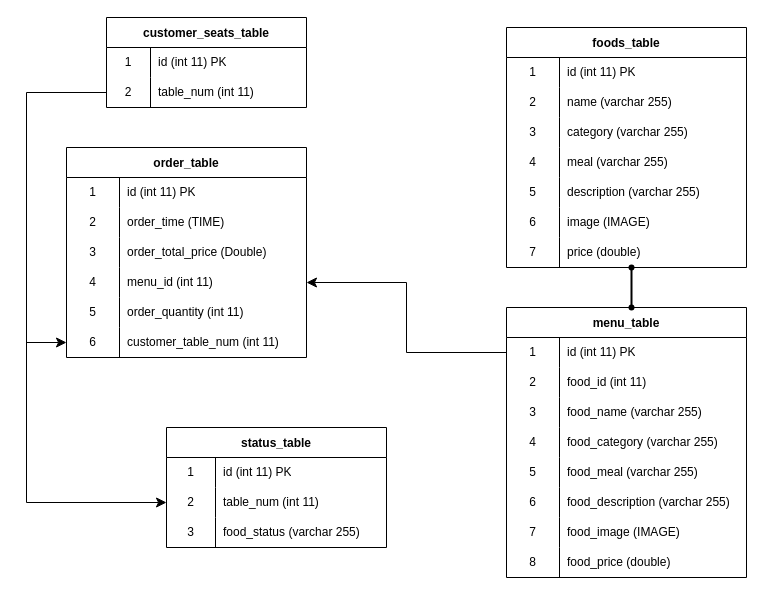
alexxGmZ/MenuMaApp keeps this draw.io diagram as DOCS/Diagrams/ERD Diagram.drawio. Above is the earlier version. Source tidied: cells renumbered, new cells numbered last; positions are measured from the earlier drawing's top-left corner, leaving out a move shared by most shapes. Both pictures are drawn from the tidied source at 100%, with x=0, y=0 at pixel (26, 17).
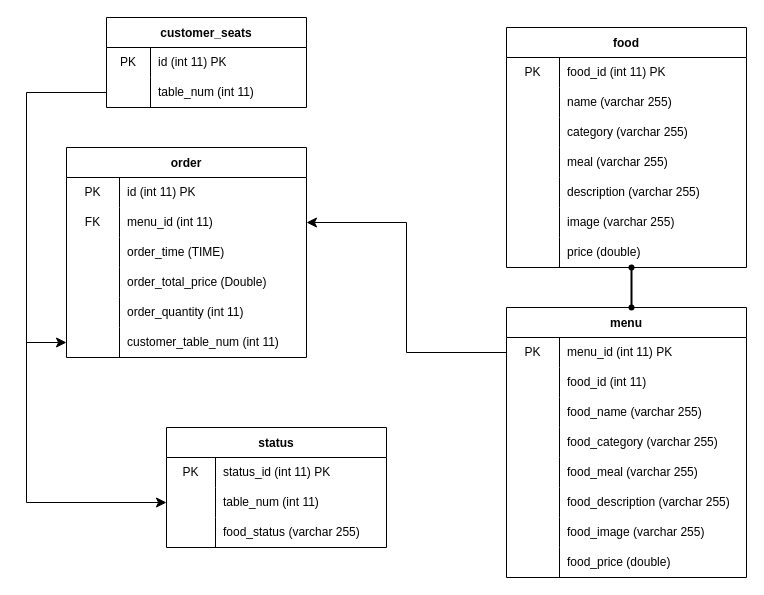
The same page after the edit.

Commit message:
erd: remove column number, rename table names

Unchanged cells that the change refers to:
```xml
<mxCell id="3" style="shape=tableRow;horizontal=0;startSize=0;swimlaneHead=0;swimlaneBody=0;top=0;left=0;bottom=0;right=0;fillColor=none;" parent="2" vertex="1">
  <mxGeometry y="30" width="240" height="30" as="geometry" />
</mxCell>
<mxCell id="15" style="shape=tableRow;horizontal=0;startSize=0;swimlaneHead=0;swimlaneBody=0;top=0;left=0;bottom=0;right=0;fillColor=none;" parent="2" vertex="1">
  <mxGeometry y="150" width="240" height="30" as="geometry" />
</mxCell>
<mxCell id="18" style="shape=tableRow;horizontal=0;startSize=0;swimlaneHead=0;swimlaneBody=0;top=0;left=0;bottom=0;right=0;fillColor=none;points=[[0,0.5],[1,0.5]];portConstraint=eastwest;" parent="2" vertex="1">
  <mxGeometry y="180" width="240" height="30" as="geometry" />
</mxCell>
<mxCell id="22" style="shape=tableRow;horizontal=0;startSize=0;swimlaneHead=0;swimlaneBody=0;top=0;left=0;bottom=0;right=0;fillColor=none;" parent="21" vertex="1">
  <mxGeometry y="30" width="240" height="30" as="geometry" />
</mxCell>
<mxCell id="25" style="shape=tableRow;horizontal=0;startSize=0;swimlaneHead=0;swimlaneBody=0;top=0;left=0;bottom=0;right=0;fillColor=none;" parent="21" vertex="1">
  <mxGeometry y="60" width="240" height="30" as="geometry" />
</mxCell>
<mxCell id="28" style="shape=tableRow;horizontal=0;startSize=0;swimlaneHead=0;swimlaneBody=0;top=0;left=0;bottom=0;right=0;fillColor=none;" parent="21" vertex="1">
  <mxGeometry y="90" width="240" height="30" as="geometry" />
</mxCell>
<mxCell id="31" style="shape=tableRow;horizontal=0;startSize=0;swimlaneHead=0;swimlaneBody=0;top=0;left=0;bottom=0;right=0;fillColor=none;" parent="21" vertex="1">
  <mxGeometry y="120" width="240" height="30" as="geometry" />
</mxCell>
<mxCell id="34" style="shape=tableRow;horizontal=0;startSize=0;swimlaneHead=0;swimlaneBody=0;top=0;left=0;bottom=0;right=0;fillColor=none;" parent="21" vertex="1">
  <mxGeometry y="150" width="240" height="30" as="geometry" />
</mxCell>
<mxCell id="37" style="shape=tableRow;horizontal=0;startSize=0;swimlaneHead=0;swimlaneBody=0;top=0;left=0;bottom=0;right=0;fillColor=none;" parent="21" vertex="1">
  <mxGeometry y="180" width="240" height="30" as="geometry" />
</mxCell>
<mxCell id="40" style="shape=tableRow;horizontal=0;startSize=0;swimlaneHead=0;swimlaneBody=0;top=0;left=0;bottom=0;right=0;fillColor=none;" parent="21" vertex="1">
  <mxGeometry y="210" width="240" height="30" as="geometry" />
</mxCell>
<mxCell id="44" style="shape=tableRow;horizontal=0;startSize=0;swimlaneHead=0;swimlaneBody=0;top=0;left=0;bottom=0;right=0;fillColor=none;points=[[0,0.5],[1,0.5]];portConstraint=eastwest;" parent="43" vertex="1">
  <mxGeometry y="30" width="240" height="30" as="geometry" />
</mxCell>
<mxCell id="47" style="shape=tableRow;horizontal=0;startSize=0;swimlaneHead=0;swimlaneBody=0;top=0;left=0;bottom=0;right=0;fillColor=none;" parent="43" vertex="1">
  <mxGeometry y="60" width="240" height="30" as="geometry" />
</mxCell>
<mxCell id="50" style="shape=tableRow;horizontal=0;startSize=0;swimlaneHead=0;swimlaneBody=0;top=0;left=0;bottom=0;right=0;fillColor=none;" parent="43" vertex="1">
  <mxGeometry y="90" width="240" height="30" as="geometry" />
</mxCell>
<mxCell id="53" style="shape=tableRow;horizontal=0;startSize=0;swimlaneHead=0;swimlaneBody=0;top=0;left=0;bottom=0;right=0;fillColor=none;" parent="43" vertex="1">
  <mxGeometry y="120" width="240" height="30" as="geometry" />
</mxCell>
<mxCell id="56" style="shape=tableRow;horizontal=0;startSize=0;swimlaneHead=0;swimlaneBody=0;top=0;left=0;bottom=0;right=0;fillColor=none;" parent="43" vertex="1">
  <mxGeometry y="150" width="240" height="30" as="geometry" />
</mxCell>
<mxCell id="59" style="shape=tableRow;horizontal=0;startSize=0;swimlaneHead=0;swimlaneBody=0;top=0;left=0;bottom=0;right=0;fillColor=none;" parent="43" vertex="1">
  <mxGeometry y="180" width="240" height="30" as="geometry" />
</mxCell>
<mxCell id="62" style="shape=tableRow;horizontal=0;startSize=0;swimlaneHead=0;swimlaneBody=0;top=0;left=0;bottom=0;right=0;fillColor=none;" parent="43" vertex="1">
  <mxGeometry y="210" width="240" height="30" as="geometry" />
</mxCell>
<mxCell id="65" style="shape=tableRow;horizontal=0;startSize=0;swimlaneHead=0;swimlaneBody=0;top=0;left=0;bottom=0;right=0;fillColor=none;" parent="43" vertex="1">
  <mxGeometry y="240" width="240" height="30" as="geometry" />
</mxCell>
<mxCell id="72" style="shape=tableRow;horizontal=0;startSize=0;swimlaneHead=0;swimlaneBody=0;top=0;left=0;bottom=0;right=0;fillColor=none;" parent="71" vertex="1">
  <mxGeometry y="30" width="200" height="30" as="geometry" />
</mxCell>
<mxCell id="75" style="shape=tableRow;horizontal=0;startSize=0;swimlaneHead=0;swimlaneBody=0;top=0;left=0;bottom=0;right=0;fillColor=none;points=[[0,0.5],[1,0.5]];portConstraint=eastwest;" parent="71" vertex="1">
  <mxGeometry y="60" width="200" height="30" as="geometry" />
</mxCell>
<mxCell id="79" style="shape=tableRow;horizontal=0;startSize=0;swimlaneHead=0;swimlaneBody=0;top=0;left=0;bottom=0;right=0;fillColor=none;" parent="78" vertex="1">
  <mxGeometry y="30" width="220" height="30" as="geometry" />
</mxCell>
<mxCell id="82" style="shape=tableRow;horizontal=0;startSize=0;swimlaneHead=0;swimlaneBody=0;top=0;left=0;bottom=0;right=0;fillColor=none;points=[[0,0.5],[1,0.5]];portConstraint=eastwest;" parent="78" vertex="1">
  <mxGeometry y="60" width="220" height="30" as="geometry" />
</mxCell>
<mxCell id="85" style="shape=tableRow;horizontal=0;startSize=0;swimlaneHead=0;swimlaneBody=0;top=0;left=0;bottom=0;right=0;fillColor=none;" parent="78" vertex="1">
  <mxGeometry y="90" width="220" height="30" as="geometry" />
</mxCell>
```

Diff of the diagram source:
```diff
@@
-    <mxCell id="2" value="order_table" style="shape=table;startSize=30;childLayout=tableLayout;rowLines=0;fontStyle=1;" parent="1" vertex="1">
+    <mxCell id="2" value="order" style="shape=table;startSize=30;childLayout=tableLayout;rowLines=0;fontStyle=1;" parent="1" vertex="1">
       <mxGeometry x="40" y="130" width="240" height="210" as="geometry" />
     </mxCell>
@@
-    <mxCell id="4" value="1" style="shape=partialRectangle;html=1;whiteSpace=wrap;fillColor=none;top=0;left=0;bottom=0;right=0;overflow=hidden;" parent="3" vertex="1">
+    <mxCell id="4" value="PK" style="shape=partialRectangle;html=1;whiteSpace=wrap;fillColor=none;top=0;left=0;bottom=0;right=0;overflow=hidden;" parent="3" vertex="1">
       <mxGeometry width="53" height="30" as="geometry" />
     </mxCell>
@@
+    <mxCell id="12" style="shape=tableRow;horizontal=0;startSize=0;swimlaneHead=0;swimlaneBody=0;top=0;left=0;bottom=0;right=0;fillColor=none;points=[[0,0.5],[1,0.5]];portConstraint=eastwest;" parent="2" vertex="1">
+      <mxGeometry y="60" width="240" height="30" as="geometry" />
+    </mxCell>
+    <mxCell id="13" value="FK" style="shape=partialRectangle;html=1;whiteSpace=wrap;fillColor=none;top=0;left=0;bottom=0;right=0;overflow=hidden;" parent="12" vertex="1">
+      <mxGeometry width="53" height="30" as="geometry" />
+    </mxCell>
+    <mxCell id="14" value="menu_id (int 11)" style="shape=partialRectangle;html=1;whiteSpace=wrap;fillColor=none;top=0;left=0;bottom=0;right=0;align=left;spacingLeft=6;overflow=hidden;" parent="12" vertex="1">
+      <mxGeometry x="53" width="187" height="30" as="geometry" />
+    </mxCell>
     <mxCell id="6" style="shape=tableRow;horizontal=0;startSize=0;swimlaneHead=0;swimlaneBody=0;top=0;left=0;bottom=0;right=0;fillColor=none;" parent="2" vertex="1">
-      <mxGeometry y="60" width="240" height="30" as="geometry" />
+      <mxGeometry y="90" width="240" height="30" as="geometry" />
     </mxCell>
-    <mxCell id="7" value="2" style="shape=partialRectangle;html=1;whiteSpace=wrap;fillColor=none;top=0;left=0;bottom=0;right=0;overflow=hidden;" parent="6" vertex="1">
+    <mxCell id="7" style="shape=partialRectangle;html=1;whiteSpace=wrap;fillColor=none;top=0;left=0;bottom=0;right=0;overflow=hidden;" parent="6" vertex="1">
       <mxGeometry width="53" height="30" as="geometry" />
     </mxCell>
@@
     <mxCell id="9" style="shape=tableRow;horizontal=0;startSize=0;swimlaneHead=0;swimlaneBody=0;top=0;left=0;bottom=0;right=0;fillColor=none;" parent="2" vertex="1">
-      <mxGeometry y="90" width="240" height="30" as="geometry" />
+      <mxGeometry y="120" width="240" height="30" as="geometry" />
     </mxCell>
-    <mxCell id="10" value="3" style="shape=partialRectangle;html=1;whiteSpace=wrap;fillColor=none;top=0;left=0;bottom=0;right=0;overflow=hidden;" parent="9" vertex="1">
+    <mxCell id="10" style="shape=partialRectangle;html=1;whiteSpace=wrap;fillColor=none;top=0;left=0;bottom=0;right=0;overflow=hidden;" parent="9" vertex="1">
       <mxGeometry width="53" height="30" as="geometry" />
     </mxCell>
@@
-    <mxCell id="12" style="shape=tableRow;horizontal=0;startSize=0;swimlaneHead=0;swimlaneBody=0;top=0;left=0;bottom=0;right=0;fillColor=none;points=[[0,0.5],[1,0.5]];portConstraint=eastwest;" parent="2" vertex="1">
-      <mxGeometry y="120" width="240" height="30" as="geometry" />
-    </mxCell>
-    <mxCell id="13" value="4" style="shape=partialRectangle;html=1;whiteSpace=wrap;fillColor=none;top=0;left=0;bottom=0;right=0;overflow=hidden;" parent="12" vertex="1">
-      <mxGeometry width="53" height="30" as="geometry" />
-    </mxCell>
-    <mxCell id="14" value="menu_id (int 11)" style="shape=partialRectangle;html=1;whiteSpace=wrap;fillColor=none;top=0;left=0;bottom=0;right=0;align=left;spacingLeft=6;overflow=hidden;" parent="12" vertex="1">
-      <mxGeometry x="53" width="187" height="30" as="geometry" />
-    </mxCell>
@@
-    <mxCell id="16" value="5" style="shape=partialRectangle;html=1;whiteSpace=wrap;fillColor=none;top=0;left=0;bottom=0;right=0;overflow=hidden;" parent="15" vertex="1">
+    <mxCell id="16" style="shape=partialRectangle;html=1;whiteSpace=wrap;fillColor=none;top=0;left=0;bottom=0;right=0;overflow=hidden;" parent="15" vertex="1">
       <mxGeometry width="53" height="30" as="geometry" />
     </mxCell>
@@
-    <mxCell id="19" value="6" style="shape=partialRectangle;html=1;whiteSpace=wrap;fillColor=none;top=0;left=0;bottom=0;right=0;overflow=hidden;" parent="18" vertex="1">
+    <mxCell id="19" style="shape=partialRectangle;html=1;whiteSpace=wrap;fillColor=none;top=0;left=0;bottom=0;right=0;overflow=hidden;" parent="18" vertex="1">
       <mxGeometry width="53" height="30" as="geometry" />
     </mxCell>
@@
-    <mxCell id="21" value="foods_table" style="shape=table;startSize=30;childLayout=tableLayout;rowLines=0;fontStyle=1;" parent="1" vertex="1">
+    <mxCell id="21" value="food" style="shape=table;startSize=30;childLayout=tableLayout;rowLines=0;fontStyle=1;" parent="1" vertex="1">
       <mxGeometry x="480" y="10" width="240" height="240" as="geometry" />
     </mxCell>
@@
-    <mxCell id="23" value="1" style="shape=partialRectangle;html=1;whiteSpace=wrap;fillColor=none;top=0;left=0;bottom=0;right=0;overflow=hidden;" parent="22" vertex="1">
+    <mxCell id="23" value="PK" style="shape=partialRectangle;html=1;whiteSpace=wrap;fillColor=none;top=0;left=0;bottom=0;right=0;overflow=hidden;" parent="22" vertex="1">
       <mxGeometry width="53" height="30" as="geometry" />
     </mxCell>
-    <mxCell id="24" value="id (int 11) PK" style="shape=partialRectangle;html=1;whiteSpace=wrap;fillColor=none;top=0;left=0;bottom=0;right=0;align=left;spacingLeft=6;overflow=hidden;" parent="22" vertex="1">
+    <mxCell id="24" value="food_id (int 11) PK" style="shape=partialRectangle;html=1;whiteSpace=wrap;fillColor=none;top=0;left=0;bottom=0;right=0;align=left;spacingLeft=6;overflow=hidden;" parent="22" vertex="1">
       <mxGeometry x="53" width="187" height="30" as="geometry" />
     </mxCell>
@@
-    <mxCell id="26" value="2" style="shape=partialRectangle;html=1;whiteSpace=wrap;fillColor=none;top=0;left=0;bottom=0;right=0;overflow=hidden;" parent="25" vertex="1">
+    <mxCell id="26" style="shape=partialRectangle;html=1;whiteSpace=wrap;fillColor=none;top=0;left=0;bottom=0;right=0;overflow=hidden;" parent="25" vertex="1">
       <mxGeometry width="53" height="30" as="geometry" />
     </mxCell>
@@
-    <mxCell id="29" value="3" style="shape=partialRectangle;html=1;whiteSpace=wrap;fillColor=none;top=0;left=0;bottom=0;right=0;overflow=hidden;" parent="28" vertex="1">
+    <mxCell id="29" style="shape=partialRectangle;html=1;whiteSpace=wrap;fillColor=none;top=0;left=0;bottom=0;right=0;overflow=hidden;" parent="28" vertex="1">
       <mxGeometry width="53" height="30" as="geometry" />
     </mxCell>
@@
-    <mxCell id="32" value="4" style="shape=partialRectangle;html=1;whiteSpace=wrap;fillColor=none;top=0;left=0;bottom=0;right=0;overflow=hidden;" parent="31" vertex="1">
+    <mxCell id="32" style="shape=partialRectangle;html=1;whiteSpace=wrap;fillColor=none;top=0;left=0;bottom=0;right=0;overflow=hidden;" parent="31" vertex="1">
       <mxGeometry width="53" height="30" as="geometry" />
     </mxCell>
@@
-    <mxCell id="35" value="5" style="shape=partialRectangle;html=1;whiteSpace=wrap;fillColor=none;top=0;left=0;bottom=0;right=0;overflow=hidden;" parent="34" vertex="1">
+    <mxCell id="35" style="shape=partialRectangle;html=1;whiteSpace=wrap;fillColor=none;top=0;left=0;bottom=0;right=0;overflow=hidden;" parent="34" vertex="1">
       <mxGeometry width="53" height="30" as="geometry" />
     </mxCell>
@@
-    <mxCell id="38" value="6" style="shape=partialRectangle;html=1;whiteSpace=wrap;fillColor=none;top=0;left=0;bottom=0;right=0;overflow=hidden;" parent="37" vertex="1">
+    <mxCell id="38" style="shape=partialRectangle;html=1;whiteSpace=wrap;fillColor=none;top=0;left=0;bottom=0;right=0;overflow=hidden;" parent="37" vertex="1">
       <mxGeometry width="53" height="30" as="geometry" />
     </mxCell>
-    <mxCell id="39" value="image (IMAGE)" style="shape=partialRectangle;html=1;whiteSpace=wrap;fillColor=none;top=0;left=0;bottom=0;right=0;align=left;spacingLeft=6;overflow=hidden;" parent="37" vertex="1">
+    <mxCell id="39" value="image (varchar 255)" style="shape=partialRectangle;html=1;whiteSpace=wrap;fillColor=none;top=0;left=0;bottom=0;right=0;align=left;spacingLeft=6;overflow=hidden;" parent="37" vertex="1">
       <mxGeometry x="53" width="187" height="30" as="geometry" />
     </mxCell>
@@
-    <mxCell id="41" value="7" style="shape=partialRectangle;html=1;whiteSpace=wrap;fillColor=none;top=0;left=0;bottom=0;right=0;overflow=hidden;" parent="40" vertex="1">
+    <mxCell id="41" style="shape=partialRectangle;html=1;whiteSpace=wrap;fillColor=none;top=0;left=0;bottom=0;right=0;overflow=hidden;" parent="40" vertex="1">
       <mxGeometry width="53" height="30" as="geometry" />
     </mxCell>
@@
-    <mxCell id="43" value="menu_table" style="shape=table;startSize=30;childLayout=tableLayout;rowLines=0;fontStyle=1;" parent="1" vertex="1">
+    <mxCell id="43" value="menu" style="shape=table;startSize=30;childLayout=tableLayout;rowLines=0;fontStyle=1;" parent="1" vertex="1">
       <mxGeometry x="480" y="290" width="240" height="270" as="geometry" />
     </mxCell>
@@
-    <mxCell id="45" value="1" style="shape=partialRectangle;html=1;whiteSpace=wrap;fillColor=none;top=0;left=0;bottom=0;right=0;overflow=hidden;" parent="44" vertex="1">
+    <mxCell id="45" value="PK" style="shape=partialRectangle;html=1;whiteSpace=wrap;fillColor=none;top=0;left=0;bottom=0;right=0;overflow=hidden;" parent="44" vertex="1">
       <mxGeometry width="53" height="30" as="geometry" />
     </mxCell>
-    <mxCell id="46" value="id (int 11) PK" style="shape=partialRectangle;html=1;whiteSpace=wrap;fillColor=none;top=0;left=0;bottom=0;right=0;align=left;spacingLeft=6;overflow=hidden;" parent="44" vertex="1">
+    <mxCell id="46" value="menu_id (int 11) PK" style="shape=partialRectangle;html=1;whiteSpace=wrap;fillColor=none;top=0;left=0;bottom=0;right=0;align=left;spacingLeft=6;overflow=hidden;" parent="44" vertex="1">
       <mxGeometry x="53" width="187" height="30" as="geometry" />
     </mxCell>
@@
-    <mxCell id="48" value="2" style="shape=partialRectangle;html=1;whiteSpace=wrap;fillColor=none;top=0;left=0;bottom=0;right=0;overflow=hidden;" parent="47" vertex="1">
+    <mxCell id="48" style="shape=partialRectangle;html=1;whiteSpace=wrap;fillColor=none;top=0;left=0;bottom=0;right=0;overflow=hidden;" parent="47" vertex="1">
       <mxGeometry width="53" height="30" as="geometry" />
     </mxCell>
@@
-    <mxCell id="51" value="3" style="shape=partialRectangle;html=1;whiteSpace=wrap;fillColor=none;top=0;left=0;bottom=0;right=0;overflow=hidden;" parent="50" vertex="1">
+    <mxCell id="51" style="shape=partialRectangle;html=1;whiteSpace=wrap;fillColor=none;top=0;left=0;bottom=0;right=0;overflow=hidden;" parent="50" vertex="1">
       <mxGeometry width="53" height="30" as="geometry" />
     </mxCell>
@@
-    <mxCell id="54" value="4" style="shape=partialRectangle;html=1;whiteSpace=wrap;fillColor=none;top=0;left=0;bottom=0;right=0;overflow=hidden;" parent="53" vertex="1">
+    <mxCell id="54" style="shape=partialRectangle;html=1;whiteSpace=wrap;fillColor=none;top=0;left=0;bottom=0;right=0;overflow=hidden;" parent="53" vertex="1">
       <mxGeometry width="53" height="30" as="geometry" />
     </mxCell>
@@
-    <mxCell id="57" value="5" style="shape=partialRectangle;html=1;whiteSpace=wrap;fillColor=none;top=0;left=0;bottom=0;right=0;overflow=hidden;" parent="56" vertex="1">
+    <mxCell id="57" style="shape=partialRectangle;html=1;whiteSpace=wrap;fillColor=none;top=0;left=0;bottom=0;right=0;overflow=hidden;" parent="56" vertex="1">
       <mxGeometry width="53" height="30" as="geometry" />
     </mxCell>
@@
-    <mxCell id="60" value="6" style="shape=partialRectangle;html=1;whiteSpace=wrap;fillColor=none;top=0;left=0;bottom=0;right=0;overflow=hidden;" parent="59" vertex="1">
+    <mxCell id="60" style="shape=partialRectangle;html=1;whiteSpace=wrap;fillColor=none;top=0;left=0;bottom=0;right=0;overflow=hidden;" parent="59" vertex="1">
       <mxGeometry width="53" height="30" as="geometry" />
     </mxCell>
@@
-    <mxCell id="63" value="7" style="shape=partialRectangle;html=1;whiteSpace=wrap;fillColor=none;top=0;left=0;bottom=0;right=0;overflow=hidden;" parent="62" vertex="1">
+    <mxCell id="63" style="shape=partialRectangle;html=1;whiteSpace=wrap;fillColor=none;top=0;left=0;bottom=0;right=0;overflow=hidden;" parent="62" vertex="1">
       <mxGeometry width="53" height="30" as="geometry" />
     </mxCell>
-    <mxCell id="64" value="food_image (IMAGE)" style="shape=partialRectangle;html=1;whiteSpace=wrap;fillColor=none;top=0;left=0;bottom=0;right=0;align=left;spacingLeft=6;overflow=hidden;" parent="62" vertex="1">
+    <mxCell id="64" value="food_image (varchar 255)" style="shape=partialRectangle;html=1;whiteSpace=wrap;fillColor=none;top=0;left=0;bottom=0;right=0;align=left;spacingLeft=6;overflow=hidden;" parent="62" vertex="1">
       <mxGeometry x="53" width="187" height="30" as="geometry" />
     </mxCell>
@@
-    <mxCell id="66" value="8" style="shape=partialRectangle;html=1;whiteSpace=wrap;fillColor=none;top=0;left=0;bottom=0;right=0;overflow=hidden;" parent="65" vertex="1">
+    <mxCell id="66" style="shape=partialRectangle;html=1;whiteSpace=wrap;fillColor=none;top=0;left=0;bottom=0;right=0;overflow=hidden;" parent="65" vertex="1">
       <mxGeometry width="53" height="30" as="geometry" />
     </mxCell>
@@
-    <mxCell id="71" value="customer_seats_table" style="shape=table;startSize=30;childLayout=tableLayout;rowLines=0;fontStyle=1;" parent="1" vertex="1">
+    <mxCell id="71" value="customer_seats" style="shape=table;startSize=30;childLayout=tableLayout;rowLines=0;fontStyle=1;" parent="1" vertex="1">
       <mxGeometry x="80" width="200" height="90" as="geometry" />
     </mxCell>
@@
-    <mxCell id="73" value="1" style="shape=partialRectangle;html=1;whiteSpace=wrap;fillColor=none;top=0;left=0;bottom=0;right=0;overflow=hidden;" parent="72" vertex="1">
+    <mxCell id="73" value="PK" style="shape=partialRectangle;html=1;whiteSpace=wrap;fillColor=none;top=0;left=0;bottom=0;right=0;overflow=hidden;" parent="72" vertex="1">
       <mxGeometry width="44" height="30" as="geometry" />
     </mxCell>
@@
-    <mxCell id="76" value="2" style="shape=partialRectangle;html=1;whiteSpace=wrap;fillColor=none;top=0;left=0;bottom=0;right=0;overflow=hidden;" parent="75" vertex="1">
+    <mxCell id="76" style="shape=partialRectangle;html=1;whiteSpace=wrap;fillColor=none;top=0;left=0;bottom=0;right=0;overflow=hidden;" parent="75" vertex="1">
       <mxGeometry width="44" height="30" as="geometry" />
     </mxCell>
@@
-    <mxCell id="78" value="status_table" style="shape=table;startSize=30;childLayout=tableLayout;rowLines=0;fontStyle=1;" parent="1" vertex="1">
+    <mxCell id="78" value="status" style="shape=table;startSize=30;childLayout=tableLayout;rowLines=0;fontStyle=1;" parent="1" vertex="1">
       <mxGeometry x="140" y="410" width="220" height="120" as="geometry" />
     </mxCell>
@@
-    <mxCell id="80" value="1" style="shape=partialRectangle;html=1;whiteSpace=wrap;fillColor=none;top=0;left=0;bottom=0;right=0;overflow=hidden;" parent="79" vertex="1">
+    <mxCell id="80" value="PK" style="shape=partialRectangle;html=1;whiteSpace=wrap;fillColor=none;top=0;left=0;bottom=0;right=0;overflow=hidden;" parent="79" vertex="1">
       <mxGeometry width="49" height="30" as="geometry" />
     </mxCell>
-    <mxCell id="81" value="id (int 11) PK" style="shape=partialRectangle;html=1;whiteSpace=wrap;fillColor=none;top=0;left=0;bottom=0;right=0;align=left;spacingLeft=6;overflow=hidden;" parent="79" vertex="1">
+    <mxCell id="81" value="status_id (int 11) PK" style="shape=partialRectangle;html=1;whiteSpace=wrap;fillColor=none;top=0;left=0;bottom=0;right=0;align=left;spacingLeft=6;overflow=hidden;" parent="79" vertex="1">
       <mxGeometry x="49" width="171" height="30" as="geometry" />
     </mxCell>
@@
-    <mxCell id="83" value="2" style="shape=partialRectangle;html=1;whiteSpace=wrap;fillColor=none;top=0;left=0;bottom=0;right=0;overflow=hidden;" parent="82" vertex="1">
+    <mxCell id="83" style="shape=partialRectangle;html=1;whiteSpace=wrap;fillColor=none;top=0;left=0;bottom=0;right=0;overflow=hidden;" parent="82" vertex="1">
       <mxGeometry width="49" height="30" as="geometry" />
     </mxCell>
@@
-    <mxCell id="86" value="3" style="shape=partialRectangle;html=1;whiteSpace=wrap;fillColor=none;top=0;left=0;bottom=0;right=0;overflow=hidden;" parent="85" vertex="1">
+    <mxCell id="86" style="shape=partialRectangle;html=1;whiteSpace=wrap;fillColor=none;top=0;left=0;bottom=0;right=0;overflow=hidden;" parent="85" vertex="1">
       <mxGeometry width="49" height="30" as="geometry" />
     </mxCell>
```
